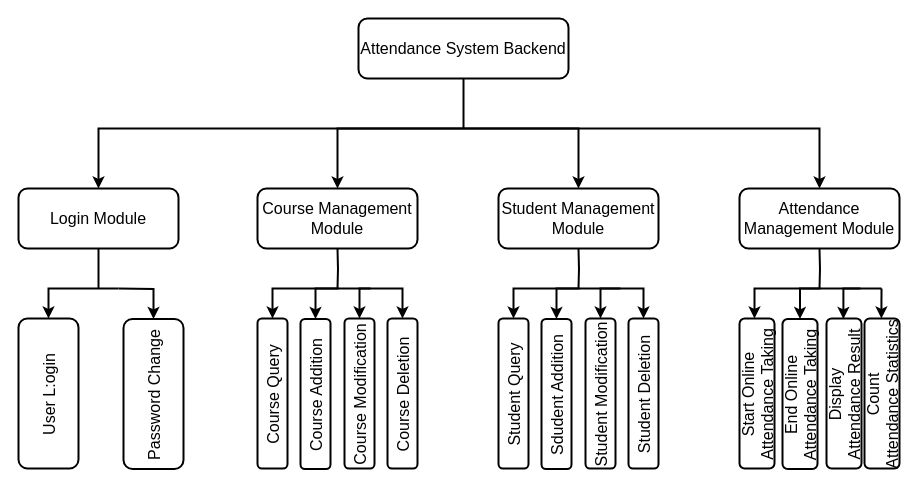
Before: page "Page-1" (1 of 4) of attendance modules.drawio in fchen-group/attendance-system, a draw.io diagram. Source tidied: cells renumbered, new cells numbered last; positions are measured from the earlier drawing's top-left corner, leaving out a move shared by most shapes. Both pictures are drawn from the tidied source at 100%, with x=0, y=0 at pixel (18, 18).
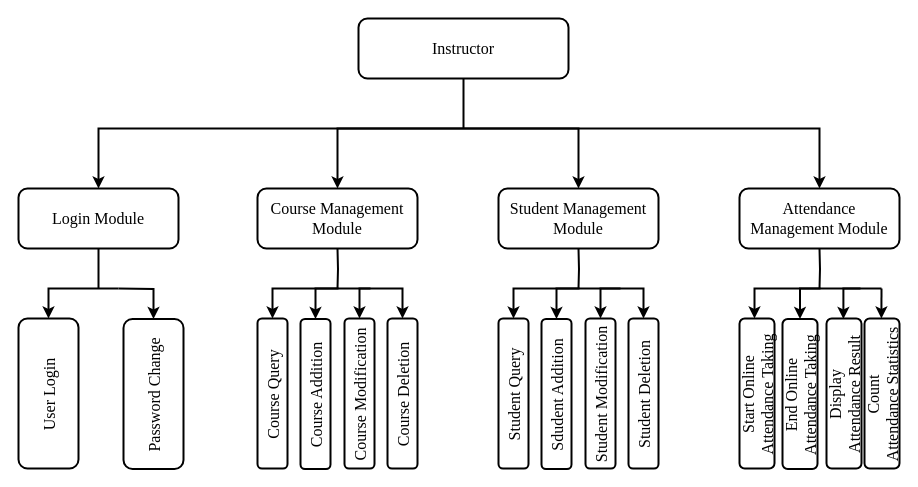
The same diagram, later.

Change to the diagram source:
```diff
@@
-    <mxCell id="2" style="group;strokeWidth=2;" parent="1" vertex="1">
+    <mxCell id="2" style="group;strokeWidth=2;fontFamily=Times New Roman;fontSize=16;" parent="1" vertex="1">
       <mxGeometry width="881" height="450.5" as="geometry" />
     </mxCell>
-    <mxCell id="3" style="edgeStyle=orthogonalEdgeStyle;rounded=0;jettySize=auto;html=1;startArrow=none;startFill=0;endArrow=none;endFill=0;fontSize=16;strokeWidth=2;" parent="2" edge="1" source="4">
+    <mxCell id="3" style="edgeStyle=orthogonalEdgeStyle;rounded=0;jettySize=auto;html=1;startArrow=none;startFill=0;endArrow=none;endFill=0;fontSize=16;strokeWidth=2;fontFamily=Times New Roman;" parent="2" edge="1" source="4">
       <mxGeometry relative="1" as="geometry">
         <mxPoint x="445" y="110" as="targetPoint" />
       </mxGeometry>
     </mxCell>
-    <mxCell id="4" value="Attendance System Backend" style="rounded=1;whiteSpace=wrap;html=1;fontSize=16;strokeWidth=2;" parent="2" vertex="1">
+    <mxCell id="4" value="Instructor" style="rounded=1;whiteSpace=wrap;html=1;fontSize=16;strokeWidth=2;fontFamily=Times New Roman;" parent="2" vertex="1">
       <mxGeometry x="340" width="210" height="60" as="geometry" />
     </mxCell>
-    <mxCell id="5" style="edgeStyle=orthogonalEdgeStyle;rounded=0;jettySize=auto;html=1;exitX=0.5;exitY=1;exitDx=0;exitDy=0;startArrow=none;startFill=0;endArrow=none;endFill=0;fontSize=16;strokeWidth=2;" parent="2" edge="1" source="6">
+    <mxCell id="5" style="edgeStyle=orthogonalEdgeStyle;rounded=0;jettySize=auto;html=1;exitX=0.5;exitY=1;exitDx=0;exitDy=0;startArrow=none;startFill=0;endArrow=none;endFill=0;fontSize=16;strokeWidth=2;fontFamily=Times New Roman;" parent="2" edge="1" source="6">
       <mxGeometry relative="1" as="geometry">
         <mxPoint x="80" y="270" as="targetPoint" />
       </mxGeometry>
     </mxCell>
-    <mxCell id="6" value="Login Module" style="rounded=1;whiteSpace=wrap;html=1;fontSize=16;strokeWidth=2;" parent="2" vertex="1">
+    <mxCell id="6" value="&lt;p&gt;Login Module&lt;/p&gt;" style="rounded=1;whiteSpace=wrap;html=1;fontSize=16;strokeWidth=2;fontFamily=Times New Roman;" parent="2" vertex="1">
       <mxGeometry y="170" width="160" height="60" as="geometry" />
     </mxCell>
-    <mxCell id="7" value="Course Management Module" style="rounded=1;whiteSpace=wrap;html=1;fontSize=16;strokeWidth=2;" parent="2" vertex="1">
+    <mxCell id="7" value="Course Management Module" style="rounded=1;whiteSpace=wrap;html=1;fontSize=16;strokeWidth=2;fontFamily=Times New Roman;" parent="2" vertex="1">
       <mxGeometry x="239" y="170" width="160" height="60" as="geometry" />
     </mxCell>
-    <mxCell id="8" value="Student Management Module" style="rounded=1;whiteSpace=wrap;html=1;fontSize=16;strokeWidth=2;" parent="2" vertex="1">
+    <mxCell id="8" value="Student Management Module" style="rounded=1;whiteSpace=wrap;html=1;fontSize=16;strokeWidth=2;fontFamily=Times New Roman;" parent="2" vertex="1">
       <mxGeometry x="480" y="170" width="160" height="60" as="geometry" />
     </mxCell>
-    <mxCell id="9" style="edgeStyle=orthogonalEdgeStyle;rounded=0;jettySize=auto;html=1;exitX=0.5;exitY=0;exitDx=0;exitDy=0;startArrow=classic;startFill=1;endArrow=classic;endFill=1;fontSize=16;entryX=0.5;entryY=0;entryDx=0;entryDy=0;strokeWidth=2;" parent="2" edge="1" source="7" target="8">
+    <mxCell id="9" style="edgeStyle=orthogonalEdgeStyle;rounded=0;jettySize=auto;html=1;exitX=0.5;exitY=0;exitDx=0;exitDy=0;startArrow=classic;startFill=1;endArrow=classic;endFill=1;fontSize=16;entryX=0.5;entryY=0;entryDx=0;entryDy=0;strokeWidth=2;fontFamily=Times New Roman;" parent="2" edge="1" source="7" target="8">
       <mxGeometry relative="1" as="geometry">
         <Array as="points">
           <mxPoint x="319" y="110" />
           <mxPoint x="560" y="110" />
         </Array>
       </mxGeometry>
     </mxCell>
-    <mxCell id="10" value="Attendance Management Module" style="rounded=1;whiteSpace=wrap;html=1;fontSize=16;strokeWidth=2;" parent="2" vertex="1">
+    <mxCell id="10" value="Attendance Management Module" style="rounded=1;whiteSpace=wrap;html=1;fontSize=16;strokeWidth=2;fontFamily=Times New Roman;" parent="2" vertex="1">
       <mxGeometry x="721" y="170" width="160" height="60" as="geometry" />
     </mxCell>
-    <mxCell id="11" style="edgeStyle=orthogonalEdgeStyle;rounded=0;jettySize=auto;html=1;fontSize=16;exitX=0.5;exitY=0;exitDx=0;exitDy=0;endArrow=classic;endFill=1;startArrow=classic;startFill=1;strokeWidth=2;" parent="2" edge="1" source="10" target="6">
+    <mxCell id="11" style="edgeStyle=orthogonalEdgeStyle;rounded=0;jettySize=auto;html=1;fontSize=16;exitX=0.5;exitY=0;exitDx=0;exitDy=0;endArrow=classic;endFill=1;startArrow=classic;startFill=1;strokeWidth=2;fontFamily=Times New Roman;" parent="2" edge="1" source="10" target="6">
       <mxGeometry relative="1" as="geometry">
         <Array as="points">
           <mxPoint x="801" y="110" />
           <mxPoint x="80" y="110" />
         </Array>
       </mxGeometry>
     </mxCell>
-    <mxCell id="12" value="User L:ogin" style="rounded=1;direction=south;horizontal=0;fontSize=16;strokeWidth=2;" parent="2" vertex="1">
+    <mxCell id="12" value="User Login" style="rounded=1;direction=south;horizontal=0;fontSize=16;strokeWidth=2;fontFamily=Times New Roman;" parent="2" vertex="1">
       <mxGeometry y="300" width="60" height="150" as="geometry" />
     </mxCell>
-    <mxCell id="13" style="edgeStyle=orthogonalEdgeStyle;elbow=vertical;rounded=0;strokeWidth=2;" parent="2" edge="1" target="12">
+    <mxCell id="13" style="edgeStyle=orthogonalEdgeStyle;elbow=vertical;rounded=0;strokeWidth=2;fontFamily=Times New Roman;fontSize=16;" parent="2" edge="1" target="12">
       <mxGeometry relative="1" as="geometry">
         <mxPoint x="100" y="270" as="sourcePoint" />
         <Array as="points">
           <mxPoint x="100" y="270" />
           <mxPoint x="30" y="270" />
         </Array>
       </mxGeometry>
     </mxCell>
-    <mxCell id="14" value="Password Change" style="rounded=1;direction=south;fontSize=16;horizontal=0;rotation=0;strokeWidth=2;" parent="2" vertex="1">
+    <mxCell id="14" value="Password Change" style="rounded=1;direction=south;fontSize=16;horizontal=0;rotation=0;strokeWidth=2;fontFamily=Times New Roman;" parent="2" vertex="1">
       <mxGeometry x="105" y="300.5" width="60" height="150" as="geometry" />
     </mxCell>
-    <mxCell id="15" style="edgeStyle=orthogonalEdgeStyle;elbow=vertical;rounded=0;strokeWidth=2;" parent="2" edge="1" target="14">
+    <mxCell id="15" style="edgeStyle=orthogonalEdgeStyle;elbow=vertical;rounded=0;strokeWidth=2;fontFamily=Times New Roman;fontSize=16;" parent="2" edge="1" target="14">
       <mxGeometry relative="1" as="geometry">
         <mxPoint x="100" y="270" as="sourcePoint" />
       </mxGeometry>
     </mxCell>
-    <mxCell id="16" style="edgeStyle=orthogonalEdgeStyle;rounded=0;orthogonalLoop=1;jettySize=auto;html=1;exitX=0.5;exitY=1;exitDx=0;exitDy=0;startArrow=none;startFill=0;endArrow=none;endFill=0;fontSize=16;strokeWidth=2;" parent="2" edge="1">
+    <mxCell id="16" style="edgeStyle=orthogonalEdgeStyle;rounded=0;orthogonalLoop=1;jettySize=auto;html=1;exitX=0.5;exitY=1;exitDx=0;exitDy=0;startArrow=none;startFill=0;endArrow=none;endFill=0;fontSize=16;strokeWidth=2;fontFamily=Times New Roman;" parent="2" edge="1">
       <mxGeometry relative="1" as="geometry">
         <mxPoint x="319" y="230" as="sourcePoint" />
         <mxPoint x="319" y="270" as="targetPoint" />
       </mxGeometry>
     </mxCell>
-    <mxCell id="17" value="Course Query" style="rounded=1;direction=south;horizontal=0;fontSize=16;strokeWidth=2;" parent="2" vertex="1">
+    <mxCell id="17" value="Course Query" style="rounded=1;direction=south;horizontal=0;fontSize=16;strokeWidth=2;fontFamily=Times New Roman;" parent="2" vertex="1">
       <mxGeometry x="239" y="300" width="30" height="150" as="geometry" />
     </mxCell>
-    <mxCell id="18" style="edgeStyle=orthogonalEdgeStyle;elbow=vertical;rounded=0;strokeWidth=2;" parent="2" edge="1" target="17">
+    <mxCell id="18" style="edgeStyle=orthogonalEdgeStyle;elbow=vertical;rounded=0;strokeWidth=2;fontFamily=Times New Roman;fontSize=16;" parent="2" edge="1" target="17">
       <mxGeometry relative="1" as="geometry">
         <mxPoint x="320" y="270" as="sourcePoint" />
         <Array as="points">
           <mxPoint x="320" y="270" />
           <mxPoint x="254" y="270" />
         </Array>
       </mxGeometry>
     </mxCell>
-    <mxCell id="19" value="Course Addition" style="rounded=1;direction=south;fontSize=16;horizontal=0;rotation=0;strokeWidth=2;" parent="2" vertex="1">
+    <mxCell id="19" value="Course Addition" style="rounded=1;direction=south;fontSize=16;horizontal=0;rotation=0;strokeWidth=2;fontFamily=Times New Roman;" parent="2" vertex="1">
       <mxGeometry x="282" y="300.5" width="30" height="150" as="geometry" />
     </mxCell>
-    <mxCell id="20" style="edgeStyle=orthogonalEdgeStyle;elbow=vertical;rounded=0;strokeWidth=2;" parent="2" edge="1" target="19">
+    <mxCell id="20" style="edgeStyle=orthogonalEdgeStyle;elbow=vertical;rounded=0;strokeWidth=2;fontFamily=Times New Roman;fontSize=16;" parent="2" edge="1" target="19">
       <mxGeometry relative="1" as="geometry">
         <mxPoint x="352" y="270" as="sourcePoint" />
         <Array as="points">
           <mxPoint x="340" y="270" />
           <mxPoint x="297" y="270" />
         </Array>
       </mxGeometry>
     </mxCell>
-    <mxCell id="21" value="Course Modification" style="rounded=1;direction=south;horizontal=0;fontSize=16;strokeWidth=2;" parent="2" vertex="1">
+    <mxCell id="21" value="Course Modification" style="rounded=1;direction=south;horizontal=0;fontSize=16;strokeWidth=2;fontFamily=Times New Roman;" parent="2" vertex="1">
       <mxGeometry x="326" y="300" width="30" height="150" as="geometry" />
     </mxCell>
-    <mxCell id="22" value="Course Deletion" style="rounded=1;direction=south;fontSize=16;horizontal=0;rotation=0;strokeWidth=2;" parent="2" vertex="1">
+    <mxCell id="22" value="Course Deletion" style="rounded=1;direction=south;fontSize=16;horizontal=0;rotation=0;strokeWidth=2;fontFamily=Times New Roman;" parent="2" vertex="1">
       <mxGeometry x="369" y="300" width="30" height="150" as="geometry" />
     </mxCell>
-    <mxCell id="23" style="edgeStyle=orthogonalEdgeStyle;elbow=vertical;rounded=0;entryX=0;entryY=0.5;entryDx=0;entryDy=0;exitX=0;exitY=0.5;exitDx=0;exitDy=0;startArrow=classic;startFill=1;strokeWidth=2;" parent="2" edge="1" source="22" target="21">
+    <mxCell id="23" style="edgeStyle=orthogonalEdgeStyle;elbow=vertical;rounded=0;entryX=0;entryY=0.5;entryDx=0;entryDy=0;exitX=0;exitY=0.5;exitDx=0;exitDy=0;startArrow=classic;startFill=1;strokeWidth=2;fontFamily=Times New Roman;fontSize=16;" parent="2" edge="1" source="22" target="21">
       <mxGeometry relative="1" as="geometry">
         <Array as="points">
           <mxPoint x="384" y="270" />
           <mxPoint x="341" y="270" />
         </Array>
       </mxGeometry>
     </mxCell>
-    <mxCell id="24" style="edgeStyle=orthogonalEdgeStyle;rounded=0;orthogonalLoop=1;jettySize=auto;html=1;exitX=0.5;exitY=1;exitDx=0;exitDy=0;startArrow=none;startFill=0;endArrow=none;endFill=0;fontSize=16;strokeWidth=2;" parent="2" edge="1">
+    <mxCell id="24" style="edgeStyle=orthogonalEdgeStyle;rounded=0;orthogonalLoop=1;jettySize=auto;html=1;exitX=0.5;exitY=1;exitDx=0;exitDy=0;startArrow=none;startFill=0;endArrow=none;endFill=0;fontSize=16;strokeWidth=2;fontFamily=Times New Roman;" parent="2" edge="1">
       <mxGeometry relative="1" as="geometry">
         <mxPoint x="560" y="230" as="sourcePoint" />
         <mxPoint x="560" y="270" as="targetPoint" />
       </mxGeometry>
     </mxCell>
-    <mxCell id="25" value="Student Query" style="rounded=1;direction=south;horizontal=0;fontSize=16;strokeWidth=2;" parent="2" vertex="1">
+    <mxCell id="25" value="Student Query" style="rounded=1;direction=south;horizontal=0;fontSize=16;strokeWidth=2;fontFamily=Times New Roman;" parent="2" vertex="1">
       <mxGeometry x="480" y="300" width="30" height="150" as="geometry" />
     </mxCell>
-    <mxCell id="26" style="edgeStyle=orthogonalEdgeStyle;elbow=vertical;rounded=0;strokeWidth=2;" parent="2" edge="1" target="25">
+    <mxCell id="26" style="edgeStyle=orthogonalEdgeStyle;elbow=vertical;rounded=0;strokeWidth=2;fontFamily=Times New Roman;fontSize=16;" parent="2" edge="1" target="25">
       <mxGeometry relative="1" as="geometry">
         <mxPoint x="561" y="270" as="sourcePoint" />
         <Array as="points">
           <mxPoint x="561" y="270" />
           <mxPoint x="495" y="270" />
         </Array>
       </mxGeometry>
     </mxCell>
-    <mxCell id="27" value="Sdudent Addition" style="rounded=1;direction=south;fontSize=16;horizontal=0;rotation=0;strokeWidth=2;" parent="2" vertex="1">
+    <mxCell id="27" value="Sdudent Addition" style="rounded=1;direction=south;fontSize=16;horizontal=0;rotation=0;strokeWidth=2;fontFamily=Times New Roman;" parent="2" vertex="1">
       <mxGeometry x="523" y="300.5" width="30" height="150" as="geometry" />
     </mxCell>
-    <mxCell id="28" style="edgeStyle=orthogonalEdgeStyle;elbow=vertical;rounded=0;strokeWidth=2;" parent="2" edge="1" target="27">
+    <mxCell id="28" style="edgeStyle=orthogonalEdgeStyle;elbow=vertical;rounded=0;strokeWidth=2;fontFamily=Times New Roman;fontSize=16;" parent="2" edge="1" target="27">
       <mxGeometry relative="1" as="geometry">
         <mxPoint x="602" y="270" as="sourcePoint" />
         <Array as="points">
           <mxPoint x="581" y="270" />
           <mxPoint x="538" y="270" />
         </Array>
       </mxGeometry>
     </mxCell>
-    <mxCell id="29" value="Student Modification" style="rounded=1;direction=south;horizontal=0;fontSize=16;strokeWidth=2;" parent="2" vertex="1">
+    <mxCell id="29" value="Student Modification" style="rounded=1;direction=south;horizontal=0;fontSize=16;strokeWidth=2;fontFamily=Times New Roman;" parent="2" vertex="1">
       <mxGeometry x="567" y="300" width="30" height="150" as="geometry" />
     </mxCell>
-    <mxCell id="30" value="Student Deletion" style="rounded=1;direction=south;fontSize=16;horizontal=0;rotation=0;strokeWidth=2;" parent="2" vertex="1">
+    <mxCell id="30" value="Student Deletion" style="rounded=1;direction=south;fontSize=16;horizontal=0;rotation=0;strokeWidth=2;fontFamily=Times New Roman;" parent="2" vertex="1">
       <mxGeometry x="610" y="300" width="30" height="150" as="geometry" />
     </mxCell>
-    <mxCell id="31" style="edgeStyle=orthogonalEdgeStyle;elbow=vertical;rounded=0;entryX=0;entryY=0.5;entryDx=0;entryDy=0;exitX=0;exitY=0.5;exitDx=0;exitDy=0;startArrow=classic;startFill=1;strokeWidth=2;" parent="2" edge="1" source="30" target="29">
+    <mxCell id="31" style="edgeStyle=orthogonalEdgeStyle;elbow=vertical;rounded=0;entryX=0;entryY=0.5;entryDx=0;entryDy=0;exitX=0;exitY=0.5;exitDx=0;exitDy=0;startArrow=classic;startFill=1;strokeWidth=2;fontFamily=Times New Roman;fontSize=16;" parent="2" edge="1" source="30" target="29">
       <mxGeometry relative="1" as="geometry">
         <Array as="points">
           <mxPoint x="625" y="270" />
           <mxPoint x="582" y="270" />
         </Array>
       </mxGeometry>
     </mxCell>
-    <mxCell id="32" style="edgeStyle=orthogonalEdgeStyle;rounded=0;orthogonalLoop=1;jettySize=auto;html=1;exitX=0.5;exitY=1;exitDx=0;exitDy=0;startArrow=none;startFill=0;endArrow=none;endFill=0;fontSize=16;strokeWidth=2;" parent="2" edge="1">
+    <mxCell id="32" style="edgeStyle=orthogonalEdgeStyle;rounded=0;orthogonalLoop=1;jettySize=auto;html=1;exitX=0.5;exitY=1;exitDx=0;exitDy=0;startArrow=none;startFill=0;endArrow=none;endFill=0;fontSize=16;strokeWidth=2;fontFamily=Times New Roman;" parent="2" edge="1">
       <mxGeometry relative="1" as="geometry">
         <mxPoint x="801" y="230" as="sourcePoint" />
         <mxPoint x="801" y="270" as="targetPoint" />
       </mxGeometry>
     </mxCell>
-    <mxCell id="33" value="Start Online&#10;Attendance Taking" style="rounded=1;direction=south;horizontal=0;fontSize=16;strokeWidth=2;" parent="2" vertex="1">
+    <mxCell id="33" value="Start Online&#10;Attendance Taking" style="rounded=1;direction=south;horizontal=0;fontSize=16;strokeWidth=2;fontFamily=Times New Roman;" parent="2" vertex="1">
       <mxGeometry x="721" y="300" width="35" height="150" as="geometry" />
     </mxCell>
-    <mxCell id="34" style="edgeStyle=orthogonalEdgeStyle;elbow=vertical;rounded=0;strokeWidth=2;" parent="2" edge="1" target="33">
+    <mxCell id="34" style="edgeStyle=orthogonalEdgeStyle;elbow=vertical;rounded=0;strokeWidth=2;fontFamily=Times New Roman;fontSize=16;" parent="2" edge="1" target="33">
       <mxGeometry relative="1" as="geometry">
         <mxPoint x="802" y="270" as="sourcePoint" />
         <Array as="points">
           <mxPoint x="802" y="270" />
           <mxPoint x="736" y="270" />
         </Array>
       </mxGeometry>
     </mxCell>
-    <mxCell id="35" value="End Online &#10;Attendance Taking" style="rounded=1;direction=south;fontSize=16;horizontal=0;rotation=0;strokeWidth=2;" parent="2" vertex="1">
+    <mxCell id="35" value="End Online &#10;Attendance Taking" style="rounded=1;direction=south;fontSize=16;horizontal=0;rotation=0;strokeWidth=2;fontFamily=Times New Roman;" parent="2" vertex="1">
       <mxGeometry x="764" y="300.5" width="35" height="150" as="geometry" />
     </mxCell>
-    <mxCell id="36" style="edgeStyle=orthogonalEdgeStyle;elbow=vertical;rounded=0;strokeWidth=2;" parent="2" edge="1" target="35">
+    <mxCell id="36" style="edgeStyle=orthogonalEdgeStyle;elbow=vertical;rounded=0;strokeWidth=2;fontFamily=Times New Roman;fontSize=16;" parent="2" edge="1" target="35">
       <mxGeometry relative="1" as="geometry">
         <mxPoint x="842" y="270" as="sourcePoint" />
         <Array as="points">
           <mxPoint x="822" y="270" />
           <mxPoint x="779" y="270" />
         </Array>
       </mxGeometry>
     </mxCell>
-    <mxCell id="37" value="Display &#10;Attendance Result" style="rounded=1;direction=south;horizontal=0;fontSize=16;strokeWidth=2;" parent="2" vertex="1">
+    <mxCell id="37" value="Display &#10;Attendance Result" style="rounded=1;direction=south;horizontal=0;fontSize=16;strokeWidth=2;fontFamily=Times New Roman;" parent="2" vertex="1">
       <mxGeometry x="808" y="300" width="35" height="150" as="geometry" />
     </mxCell>
-    <mxCell id="38" value="Count&#10;Attendance Statistics" style="rounded=1;direction=south;horizontal=0;fontSize=16;strokeWidth=2;" parent="2" vertex="1">
+    <mxCell id="38" value="Count&#10;Attendance Statistics" style="rounded=1;direction=south;horizontal=0;fontSize=16;strokeWidth=2;fontFamily=Times New Roman;" parent="2" vertex="1">
       <mxGeometry x="846" y="300" width="35" height="150" as="geometry" />
     </mxCell>
-    <mxCell id="39" style="edgeStyle=orthogonalEdgeStyle;elbow=vertical;rounded=0;strokeWidth=2;" parent="2" edge="1">
+    <mxCell id="39" style="edgeStyle=orthogonalEdgeStyle;elbow=vertical;rounded=0;strokeWidth=2;fontFamily=Times New Roman;fontSize=16;" parent="2" edge="1">
       <mxGeometry relative="1" as="geometry">
         <mxPoint x="863" y="270" as="sourcePoint" />
         <mxPoint x="824.9" y="300.5" as="targetPoint" />
         <Array as="points">
           <mxPoint x="825" y="270" />
         </Array>
       </mxGeometry>
     </mxCell>
-    <mxCell id="40" style="edgeStyle=orthogonalEdgeStyle;elbow=vertical;rounded=0;strokeWidth=2;" parent="2" edge="1">
+    <mxCell id="40" style="edgeStyle=orthogonalEdgeStyle;elbow=vertical;rounded=0;strokeWidth=2;fontFamily=Times New Roman;fontSize=16;" parent="2" edge="1">
       <mxGeometry relative="1" as="geometry">
         <mxPoint x="863" y="270" as="sourcePoint" />
         <mxPoint x="862.9" y="300" as="targetPoint" />
         <Array as="points">
           <mxPoint x="863" y="270" />
         </Array>
       </mxGeometry>
     </mxCell>
```
